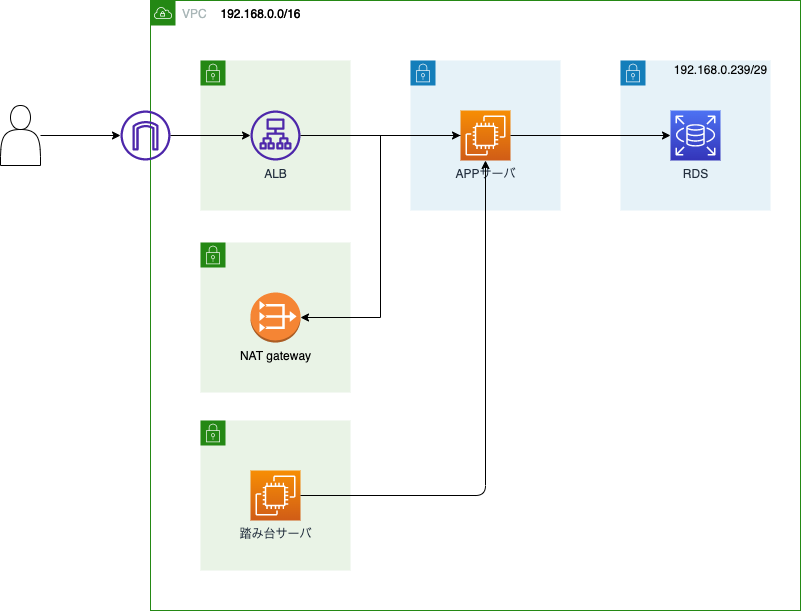
This is docs/3章/picture/ネットワーク構成図.png from shigeyuki-nakano/guid-of-aws-web3tier, a draw.io export, as it was before one commit. Source tidied: cells renumbered, new cells last; positions are measured from the earlier drawing's top-left corner, leaving out a move shared by most shapes.
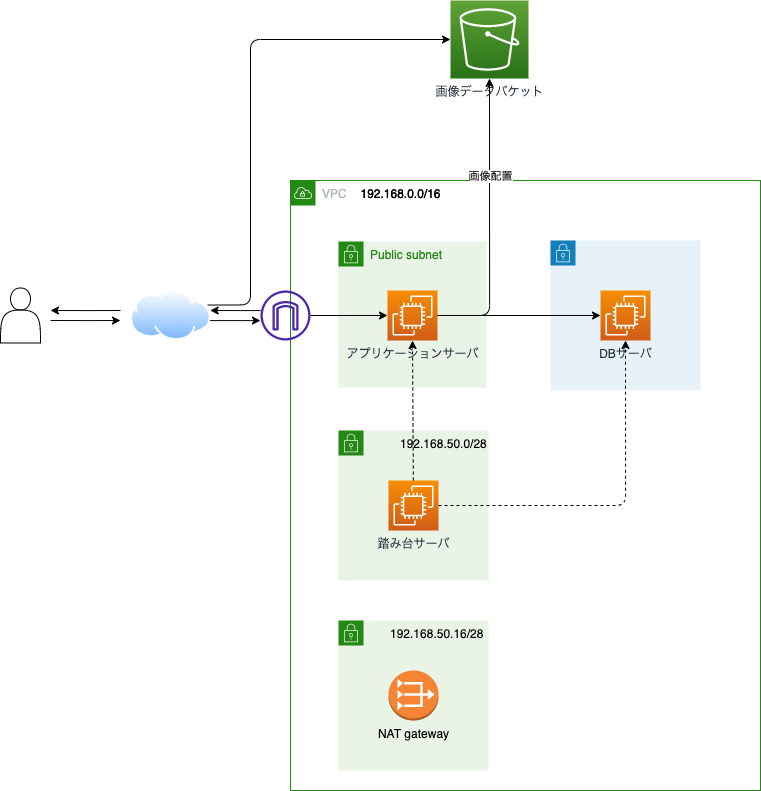
Later version of the same file.

What changed in the source:
```diff
@@ -3,7 +3,7 @@
     <mxCell id="0" />
     <mxCell id="1" parent="0" />
     <mxCell id="2" value="VPC" style="gradientColor=none;html=1;whiteSpace=wrap;fontSize=12;fontStyle=0;shape=mxgraph.aws4.group;grIcon=mxgraph.aws4.group_vpc;strokeColor=#248814;fillColor=none;verticalAlign=top;align=left;spacingLeft=30;fontColor=#AAB7B8;dashed=0;" parent="1" vertex="1">
-      <mxGeometry x="150" width="650" height="610" as="geometry" />
+      <mxGeometry x="150" width="470" height="610" as="geometry" />
     </mxCell>
     <mxCell id="3" style="sketch=0;outlineConnect=0;fontColor=#232F3E;gradientColor=none;fillColor=#4D27AA;strokeColor=none;dashed=0;verticalLabelPosition=bottom;verticalAlign=top;align=center;html=1;fontSize=12;fontStyle=0;shape=mxgraph.aws4.internet_gateway;" parent="1" vertex="1">
       <mxGeometry x="120" y="110" width="50" height="50" as="geometry" />
@@ -11,68 +11,111 @@
     <mxCell id="4" value="192.168.0.0/16" style="text;html=1;align=center;verticalAlign=middle;strokeColor=none;fillColor=none;spacing=0;" parent="1" vertex="1">
       <mxGeometry x="210" y="4" width="100" height="20" as="geometry" />
     </mxCell>
-    <mxCell id="5" style="gradientColor=none;html=1;whiteSpace=wrap;fontSize=12;fontStyle=0;shape=mxgraph.aws4.group;grIcon=mxgraph.aws4.group_security_group;grStroke=0;strokeColor=#147EBA;fillColor=#E6F2F8;verticalAlign=top;align=left;spacingLeft=30;fontColor=#147EBA;dashed=0;" parent="1" vertex="1">
-      <mxGeometry x="410" y="60" width="150" height="150" as="geometry" />
-    </mxCell>
-    <mxCell id="6" value="APPサーバ" style="sketch=0;points=[[0,0,0],[0.25,0,0],[0.5,0,0],[0.75,0,0],[1,0,0],[0,1,0],[0.25,1,0],[0.5,1,0],[0.75,1,0],[1,1,0],[0,0.25,0],[0,0.5,0],[0,0.75,0],[1,0.25,0],[1,0.5,0],[1,0.75,0]];outlineConnect=0;fontColor=#232F3E;gradientColor=#F78E04;gradientDirection=north;fillColor=#D05C17;strokeColor=#ffffff;dashed=0;verticalLabelPosition=bottom;verticalAlign=top;align=center;html=1;fontSize=12;fontStyle=0;shape=mxgraph.aws4.resourceIcon;resIcon=mxgraph.aws4.ec2;" parent="5" vertex="1">
-      <mxGeometry x="50" y="50" width="50" height="50" as="geometry" />
-    </mxCell>
     <mxCell id="7" style="gradientColor=none;html=1;whiteSpace=wrap;fontSize=12;fontStyle=0;shape=mxgraph.aws4.group;grIcon=mxgraph.aws4.group_security_group;grStroke=0;strokeColor=#147EBA;fillColor=#E6F2F8;verticalAlign=top;align=left;spacingLeft=30;fontColor=#147EBA;dashed=0;" parent="1" vertex="1">
-      <mxGeometry x="620" y="60" width="150" height="150" as="geometry" />
+      <mxGeometry x="410" y="60" width="150" height="150" as="geometry" />
     </mxCell>
-    <mxCell id="8" value="RDS" style="sketch=0;points=[[0,0,0],[0.25,0,0],[0.5,0,0],[0.75,0,0],[1,0,0],[0,1,0],[0.25,1,0],[0.5,1,0],[0.75,1,0],[1,1,0],[0,0.25,0],[0,0.5,0],[0,0.75,0],[1,0.25,0],[1,0.5,0],[1,0.75,0]];outlineConnect=0;fontColor=#232F3E;gradientColor=#4D72F3;gradientDirection=north;fillColor=#3334B9;strokeColor=#ffffff;dashed=0;verticalLabelPosition=bottom;verticalAlign=top;align=center;html=1;fontSize=12;fontStyle=0;shape=mxgraph.aws4.resourceIcon;resIcon=mxgraph.aws4.rds;" parent="7" vertex="1">
-      <mxGeometry x="50" y="50" width="50" height="50" as="geometry" />
-    </mxCell>
-    <mxCell id="9" value="192.168.0.239/29" style="text;html=1;align=center;verticalAlign=middle;strokeColor=none;fillColor=none;spacing=0;" parent="7" vertex="1">
-      <mxGeometry x="45" width="110" height="20" as="geometry" />
-    </mxCell>
+    <mxCell id="23" value="DBサーバ" style="sketch=0;points=[[0,0,0],[0.25,0,0],[0.5,0,0],[0.75,0,0],[1,0,0],[0,1,0],[0.25,1,0],[0.5,1,0],[0.75,1,0],[1,1,0],[0,0.25,0],[0,0.5,0],[0,0.75,0],[1,0.25,0],[1,0.5,0],[1,0.75,0]];outlineConnect=0;fontColor=#232F3E;gradientColor=#F78E04;gradientDirection=north;fillColor=#D05C17;strokeColor=#ffffff;dashed=0;verticalLabelPosition=bottom;verticalAlign=top;align=center;html=1;fontSize=12;fontStyle=0;shape=mxgraph.aws4.resourceIcon;resIcon=mxgraph.aws4.ec2;" parent="7" vertex="1">
+      <mxGeometry x="50" y="50" width="50" height="50" as="geometry" />
+    </mxCell>
     <mxCell id="10" value="192.168.0.0/16" style="text;html=1;align=center;verticalAlign=middle;strokeColor=none;fillColor=none;spacing=0;" parent="1" vertex="1">
       <mxGeometry x="210" y="4" width="100" height="20" as="geometry" />
     </mxCell>
-    <mxCell id="11" style="edgeStyle=none;rounded=0;jettySize=auto;html=1;entryX=0;entryY=0.5;entryDx=0;entryDy=0;entryPerimeter=0;" parent="1" edge="1" source="6" target="8">
-      <mxGeometry relative="1" as="geometry" />
-    </mxCell>
-    <mxCell id="12" style="gradientColor=none;html=1;whiteSpace=wrap;fontSize=12;fontStyle=0;shape=mxgraph.aws4.group;grIcon=mxgraph.aws4.group_security_group;grStroke=0;strokeColor=#248814;fillColor=#E9F3E6;verticalAlign=top;align=left;spacingLeft=30;fontColor=#248814;dashed=0;" parent="1" vertex="1">
-      <mxGeometry x="200" y="60" width="150" height="150" as="geometry" />
-    </mxCell>
-    <mxCell id="13" value="ALB" style="sketch=0;fontColor=#232F3E;gradientColor=none;fillColor=#4D27AA;strokeColor=none;dashed=0;verticalLabelPosition=bottom;verticalAlign=top;align=center;html=1;fontSize=12;fontStyle=0;shape=mxgraph.aws4.application_load_balancer;" parent="12" vertex="1">
-      <mxGeometry x="50" y="50" width="50" height="50" as="geometry" />
-    </mxCell>
-    <mxCell id="14" style="edgeStyle=orthogonalEdgeStyle;rounded=0;orthogonalLoop=1;jettySize=auto;html=1;" parent="1" edge="1">
-      <mxGeometry relative="1" as="geometry">
-        <mxPoint x="170" y="135" as="sourcePoint" />
-        <mxPoint x="250" y="135" as="targetPoint" />
-      </mxGeometry>
-    </mxCell>
-    <mxCell id="15" style="rounded=0;orthogonalLoop=1;jettySize=auto;html=1;entryX=0;entryY=0.5;entryDx=0;entryDy=0;entryPerimeter=0;" parent="1" edge="1">
-      <mxGeometry relative="1" as="geometry">
-        <mxPoint x="300" y="135" as="sourcePoint" />
-        <mxPoint x="460" y="135" as="targetPoint" />
-      </mxGeometry>
-    </mxCell>
-    <mxCell id="16" style="edgeStyle=orthogonalEdgeStyle;rounded=0;jettySize=auto;html=1;" parent="1" edge="1" source="17" target="3">
-      <mxGeometry relative="1" as="geometry" />
-    </mxCell>
+    <mxCell id="24" style="edgeStyle=orthogonalEdgeStyle;html=1;entryX=0;entryY=0.5;entryDx=0;entryDy=0;entryPerimeter=0;exitX=1;exitY=0.25;exitDx=0;exitDy=0;" parent="1" edge="1" source="29" target="38">
+      <mxGeometry relative="1" as="geometry">
+        <Array as="points">
+          <mxPoint x="110" y="124" />
+          <mxPoint x="110" y="-141" />
+        </Array>
+      </mxGeometry>
+    </mxCell>
     <mxCell id="17" style="shape=actor;whiteSpace=wrap;html=1;" parent="1" vertex="1">
-      <mxGeometry y="105" width="40" height="60" as="geometry" />
+      <mxGeometry x="-140" y="107.5" width="40" height="55" as="geometry" />
     </mxCell>
-    <mxCell id="18" style="gradientColor=none;html=1;whiteSpace=wrap;fontSize=12;fontStyle=0;shape=mxgraph.aws4.group;grIcon=mxgraph.aws4.group_security_group;grStroke=0;strokeColor=#248814;fillColor=#E9F3E6;verticalAlign=top;align=left;spacingLeft=30;fontColor=#248814;dashed=0;" parent="1" vertex="1">
-      <mxGeometry x="200" y="420" width="150" height="150" as="geometry" />
+    <mxCell id="18" value="&lt;span style=&quot;color: rgba(0, 0, 0, 0); font-family: monospace; font-size: 0px;&quot;&gt;%3CmxGraphModel%3E%3Croot%3E%3CmxCell%20id%3D%220%22%2F%3E%3CmxCell%20id%3D%221%22%20parent%3D%220%22%2F%3E%3CmxCell%20id%3D%222%22%20value%3D%22%22%20style%3D%22points%3D%5B%5B0%2C0%5D%2C%5B0.25%2C0%5D%2C%5B0.5%2C0%5D%2C%5B0.75%2C0%5D%2C%5B1%2C0%5D%2C%5B1%2C0.25%5D%2C%5B1%2C0.5%5D%2C%5B1%2C0.75%5D%2C%5B1%2C1%5D%2C%5B0.75%2C1%5D%2C%5B0.5%2C1%5D%2C%5B0.25%2C1%5D%2C%5B0%2C1%5D%2C%5B0%2C0.75%5D%2C%5B0%2C0.5%5D%2C%5B0%2C0.25%5D%5D%3BoutlineConnect%3D0%3BgradientColor%3Dnone%3Bhtml%3D1%3BwhiteSpace%3Dwrap%3BfontSize%3D12%3BfontStyle%3D0%3Bcontainer%3D1%3BpointerEvents%3D0%3Bcollapsible%3D0%3BrecursiveResize%3D0%3Bshape%3Dmxgraph.aws4.group%3BgrIcon%3Dmxgraph.aws4.group_security_group%3BgrStroke%3D0%3BstrokeColor%3D%23248814%3BfillColor%3D%23E9F3E6%3BverticalAlign%3Dtop%3Balign%3Dleft%3BspacingLeft%3D30%3BfontColor%3D%23248814%3Bdashed%3D0%3B%22%20vertex%3D%221%22%20parent%3D%221%22%3E%3CmxGeometry%20x%3D%22220%22%20y%3D%22362%22%20width%3D%22150%22%20height%3D%22150%22%20as%3D%22geometry%22%2F%3E%3C%2FmxCell%3E%3CmxCell%20id%3D%223%22%20value%3D%22NAT%20gateway%22%20style%3D%22outlineConnect%3D0%3Bdashed%3D0%3BverticalLabelPosition%3Dbottom%3BverticalAlign%3Dtop%3Balign%3Dcenter%3Bhtml%3D1%3Bshape%3Dmxgraph.aws3.vpc_nat_gateway%3BfillColor%3D%23F58534%3BgradientColor%3Dnone%3B%22%20vertex%3D%221%22%20parent%3D%222%22%3E%3CmxGeometry%20x%3D%2250%22%20y%3D%2250%22%20width%3D%2250%22%20height%3D%2250%22%20as%3D%22geometry%22%2F%3E%3C%2FmxCell%3E%3CUserObject%20label%3D%22192.168.50.16%2F28%22%20link%3D%22192.168.50.0%2F28%22%20id%3D%224%22%3E%3CmxCell%20style%3D%22text%3BwhiteSpace%3Dwrap%3Bhtml%3D1%3B%22%20vertex%3D%221%22%20parent%3D%222%22%3E%3CmxGeometry%20x%3D%2250%22%20width%3D%22100%22%20height%3D%2230%22%20as%3D%22geometry%22%2F%3E%3C%2FmxCell%3E%3C%2FUserObject%3E%3C%2Froot%3E%3C%2FmxGraphModel%3E&lt;/span&gt;" style="gradientColor=none;html=1;whiteSpace=wrap;fontSize=12;fontStyle=0;shape=mxgraph.aws4.group;grIcon=mxgraph.aws4.group_security_group;grStroke=0;strokeColor=#248814;fillColor=#E9F3E6;verticalAlign=top;align=left;spacingLeft=30;fontColor=#248814;dashed=0;" parent="1" vertex="1">
+      <mxGeometry x="198" y="250" width="150" height="150" as="geometry" />
     </mxCell>
     <mxCell id="19" value="踏み台サーバ" style="sketch=0;points=[[0,0,0],[0.25,0,0],[0.5,0,0],[0.75,0,0],[1,0,0],[0,1,0],[0.25,1,0],[0.5,1,0],[0.75,1,0],[1,1,0],[0,0.25,0],[0,0.5,0],[0,0.75,0],[1,0.25,0],[1,0.5,0],[1,0.75,0]];outlineConnect=0;fontColor=#232F3E;gradientColor=#F78E04;gradientDirection=north;fillColor=#D05C17;strokeColor=#ffffff;dashed=0;verticalLabelPosition=bottom;verticalAlign=top;align=center;html=1;fontSize=12;fontStyle=0;shape=mxgraph.aws4.resourceIcon;resIcon=mxgraph.aws4.ec2;" parent="18" vertex="1">
       <mxGeometry x="50" y="50" width="50" height="50" as="geometry" />
     </mxCell>
-    <mxCell id="20" style="edgeStyle=orthogonalEdgeStyle;html=1;entryX=0.5;entryY=1;entryDx=0;entryDy=0;entryPerimeter=0;" parent="1" edge="1" source="19" target="6">
-      <mxGeometry relative="1" as="geometry" />
-    </mxCell>
+    <mxCell id="25" value="192.168.50.0/28" style="text;whiteSpace=wrap;html=1;" parent="18" vertex="1">
+      <mxGeometry x="60" width="90" height="30" as="geometry" />
+    </mxCell>
     <mxCell id="21" style="gradientColor=none;html=1;whiteSpace=wrap;fontSize=12;fontStyle=0;shape=mxgraph.aws4.group;grIcon=mxgraph.aws4.group_security_group;grStroke=0;strokeColor=#248814;fillColor=#E9F3E6;verticalAlign=top;align=left;spacingLeft=30;fontColor=#248814;dashed=0;" parent="1" vertex="1">
-      <mxGeometry x="200" y="242" width="150" height="150" as="geometry" />
+      <mxGeometry x="198" y="440" width="150" height="150" as="geometry" />
     </mxCell>
     <mxCell id="22" value="NAT gateway" style="outlineConnect=0;dashed=0;verticalLabelPosition=bottom;verticalAlign=top;align=center;html=1;shape=mxgraph.aws3.vpc_nat_gateway;fillColor=#F58534;gradientColor=none;" parent="21" vertex="1">
       <mxGeometry x="50" y="50" width="50" height="50" as="geometry" />
     </mxCell>
-    <mxCell id="23" style="rounded=0;jettySize=auto;html=1;entryX=1;entryY=0.5;entryDx=0;entryDy=0;entryPerimeter=0;exitX=0;exitY=0.5;exitDx=0;exitDy=0;exitPerimeter=0;edgeStyle=orthogonalEdgeStyle;" parent="1" edge="1" source="6" target="22">
-      <mxGeometry relative="1" as="geometry" />
-    </mxCell>
+    <mxCell id="26" value="192.168.50.16/28" style="text;whiteSpace=wrap;html=1;" parent="21" vertex="1">
+      <mxGeometry x="50" width="100" height="30" as="geometry" />
+    </mxCell>
+    <mxCell id="27" style="edgeStyle=orthogonalEdgeStyle;html=1;entryX=0.5;entryY=1;entryDx=0;entryDy=0;entryPerimeter=0;dashed=1;" parent="1" edge="1" source="19" target="23">
+      <mxGeometry relative="1" as="geometry" />
+    </mxCell>
+    <mxCell id="28" style="edgeStyle=orthogonalEdgeStyle;html=1;" parent="1" edge="1" source="29" target="3">
+      <mxGeometry relative="1" as="geometry">
+        <Array as="points">
+          <mxPoint x="110" y="140" />
+          <mxPoint x="110" y="140" />
+        </Array>
+      </mxGeometry>
+    </mxCell>
+    <mxCell id="29" style="perimeter=ellipsePerimeter;html=1;align=center;shadow=0;dashed=0;spacingTop=3;image;image=img/lib/active_directory/internet_cloud.svg;" parent="1" vertex="1">
+      <mxGeometry x="-10" y="109.2" width="80.6" height="50.8" as="geometry" />
+    </mxCell>
+    <mxCell id="30" style="edgeStyle=orthogonalEdgeStyle;html=1;" parent="1" edge="1">
+      <mxGeometry relative="1" as="geometry">
+        <mxPoint x="120" y="130" as="sourcePoint" />
+        <mxPoint x="69.6" y="130" as="targetPoint" />
+        <Array as="points">
+          <mxPoint x="110" y="130" />
+          <mxPoint x="110" y="130" />
+        </Array>
+      </mxGeometry>
+    </mxCell>
+    <mxCell id="31" style="edgeStyle=orthogonalEdgeStyle;html=1;" parent="1" edge="1">
+      <mxGeometry relative="1" as="geometry">
+        <mxPoint x="-90" y="140" as="sourcePoint" />
+        <mxPoint x="-20" y="140" as="targetPoint" />
+        <Array as="points">
+          <mxPoint x="-49.7" y="140" />
+          <mxPoint x="-49.7" y="140" />
+        </Array>
+      </mxGeometry>
+    </mxCell>
+    <mxCell id="32" style="edgeStyle=orthogonalEdgeStyle;html=1;" parent="1" edge="1">
+      <mxGeometry relative="1" as="geometry">
+        <mxPoint x="-20" y="130" as="sourcePoint" />
+        <mxPoint x="-90" y="130" as="targetPoint" />
+        <Array as="points">
+          <mxPoint x="-49.7" y="130" />
+          <mxPoint x="-49.7" y="130" />
+        </Array>
+      </mxGeometry>
+    </mxCell>
+    <mxCell id="33" value="Public subnet" style="gradientColor=none;html=1;whiteSpace=wrap;fontSize=12;fontStyle=0;shape=mxgraph.aws4.group;grIcon=mxgraph.aws4.group_security_group;grStroke=0;strokeColor=#248814;fillColor=#E9F3E6;verticalAlign=top;align=left;spacingLeft=30;fontColor=#248814;dashed=0;" parent="1" vertex="1">
+      <mxGeometry x="198" y="61" width="148" height="146" as="geometry" />
+    </mxCell>
+    <mxCell id="34" value="アプリケーションサーバ" style="sketch=0;points=[[0,0,0],[0.25,0,0],[0.5,0,0],[0.75,0,0],[1,0,0],[0,1,0],[0.25,1,0],[0.5,1,0],[0.75,1,0],[1,1,0],[0,0.25,0],[0,0.5,0],[0,0.75,0],[1,0.25,0],[1,0.5,0],[1,0.75,0]];outlineConnect=0;fontColor=#232F3E;gradientColor=#F78E04;gradientDirection=north;fillColor=#D05C17;strokeColor=#ffffff;dashed=0;verticalLabelPosition=bottom;verticalAlign=top;align=center;html=1;fontSize=12;fontStyle=0;shape=mxgraph.aws4.resourceIcon;resIcon=mxgraph.aws4.ec2;" parent="33" vertex="1">
+      <mxGeometry x="49" y="49" width="50" height="50" as="geometry" />
+    </mxCell>
+    <mxCell id="35" style="edgeStyle=none;rounded=0;jettySize=auto;html=1;entryX=0;entryY=0.5;entryDx=0;entryDy=0;entryPerimeter=0;exitX=1;exitY=0.5;exitDx=0;exitDy=0;exitPerimeter=0;" parent="1" edge="1" source="34" target="23">
+      <mxGeometry relative="1" as="geometry" />
+    </mxCell>
+    <mxCell id="36" style="edgeStyle=orthogonalEdgeStyle;rounded=0;orthogonalLoop=1;jettySize=auto;html=1;" parent="1" edge="1">
+      <mxGeometry relative="1" as="geometry">
+        <mxPoint x="170" y="135" as="sourcePoint" />
+        <mxPoint x="247" y="135" as="targetPoint" />
+      </mxGeometry>
+    </mxCell>
+    <mxCell id="37" style="edgeStyle=none;html=1;entryX=0.5;entryY=1;entryDx=0;entryDy=0;entryPerimeter=0;dashed=1;" parent="1" edge="1" source="19" target="34">
+      <mxGeometry relative="1" as="geometry" />
+    </mxCell>
+    <mxCell id="38" value="画像データバケット" style="sketch=0;points=[[0,0,0],[0.25,0,0],[0.5,0,0],[0.75,0,0],[1,0,0],[0,1,0],[0.25,1,0],[0.5,1,0],[0.75,1,0],[1,1,0],[0,0.25,0],[0,0.5,0],[0,0.75,0],[1,0.25,0],[1,0.5,0],[1,0.75,0]];outlineConnect=0;fontColor=#232F3E;gradientColor=#60A337;gradientDirection=north;fillColor=#277116;strokeColor=#ffffff;dashed=0;verticalLabelPosition=bottom;verticalAlign=top;align=center;html=1;fontSize=12;fontStyle=0;shape=mxgraph.aws4.resourceIcon;resIcon=mxgraph.aws4.s3;" parent="1" vertex="1">
+      <mxGeometry x="310" y="-180" width="78" height="78" as="geometry" />
+    </mxCell>
+    <mxCell id="39" value="画像配置" style="edgeStyle=orthogonalEdgeStyle;html=1;entryX=0.5;entryY=1;entryDx=0;entryDy=0;entryPerimeter=0;exitX=1;exitY=0.5;exitDx=0;exitDy=0;exitPerimeter=0;" parent="1" edge="1" source="34" target="38">
+      <mxGeometry x="0.32" y="-1" relative="1" as="geometry" />
+    </mxCell>
   </root>
 </mxGraphModel>
```
